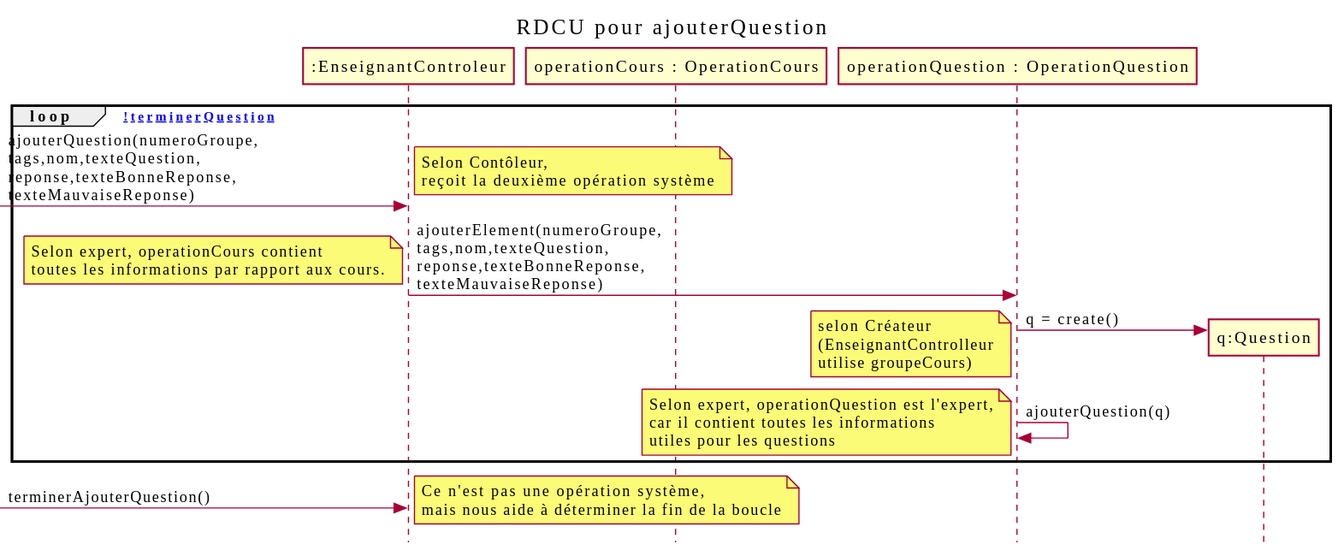
nerdz88/SGA-TS keeps this PlantUML diagram as out/docs/Ajouter question/RDCU_Ajouter_Question/ajouterQuestionFinal.svg. Above is the earlier version.
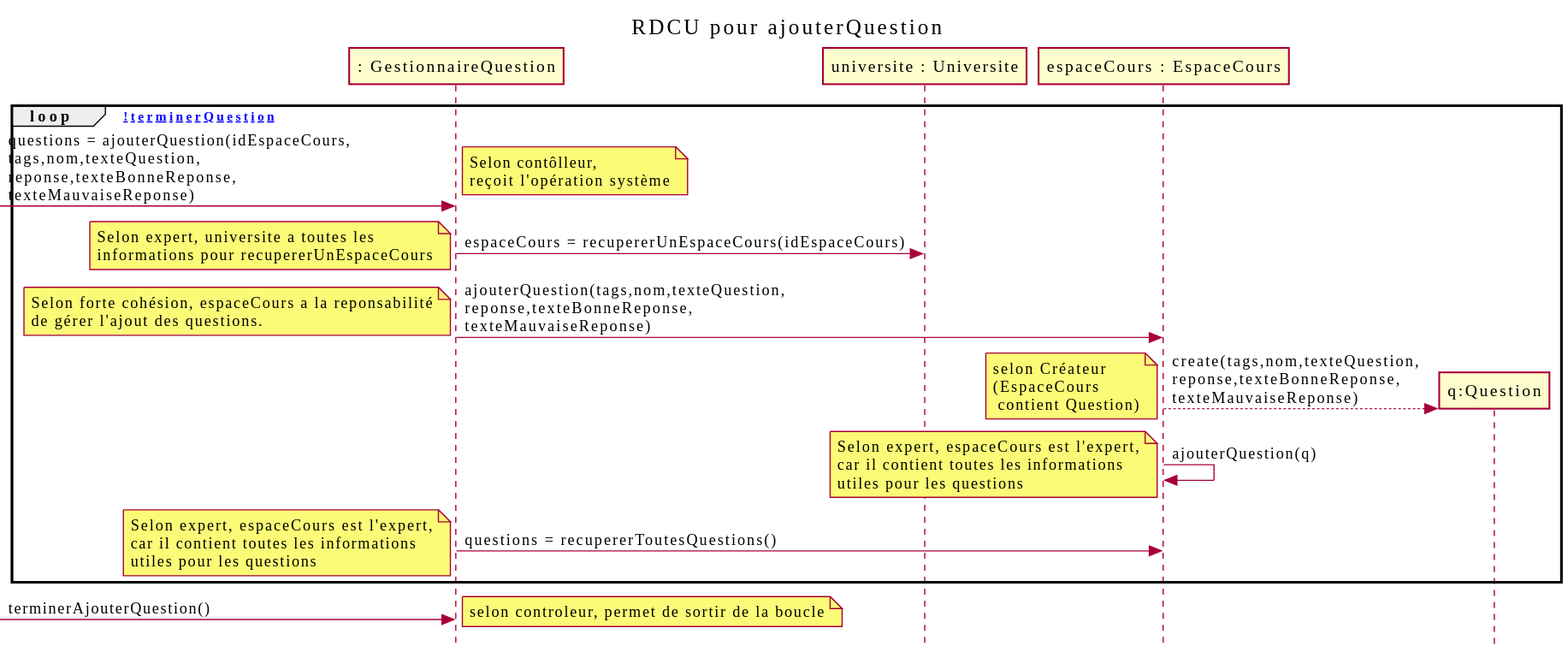
Later version of the same file.

What changed in the source:
```diff
@@ -2,21 +2,25 @@
 skinparam style strictuml
 skinparam defaultfontname Verdana
 title RDCU pour ajouterQuestion
-participant ":EnseignantControleur" as sga
-participant "operationCours : OperationCours" as opCours
-participant "operationQuestion : OperationQuestion" as opQuestion
+participant ": GestionnaireQuestion" as gestionnaireQuestion
+participant "universite : Universite" as universite
+participant "espaceCours : EspaceCours" as cours
 participant "q:Question" as question
+
 loop [!terminerQuestion]
--> sga : ajouterQuestion(numeroGroupe,\ntags,nom,texteQuestion,\nreponse,texteBonneReponse,\ntexteMauvaiseReponse)
- note left : Selon Contôleur,\nreçoit la deuxième opération système
-  sga->opQuestion : ajouterElement(numeroGroupe,\ntags,nom,texteQuestion,\nreponse,texteBonneReponse,\ntexteMauvaiseReponse)
-  note left :Selon expert, operationCours contient\ntoutes les informations par rapport aux cours.
-  create question
-  opQuestion->question : q = create()
-  note left : selon Créateur\n(EnseignantControlleur\nutilise groupeCours)
-  opQuestion->opQuestion : ajouterQuestion(q)
-  note left : Selon expert, operationQuestion est l'expert,\ncar il contient toutes les informations\nutiles pour les questions
+  ->gestionnaireQuestion : questions = ajouterQuestion(idEspaceCours,\ntags,nom,texteQuestion,\nreponse,texteBonneReponse,\ntexteMauvaiseReponse)
+  note left : Selon contôlleur,\nreçoit l'opération système
+  gestionnaireQuestion -> universite : espaceCours = recupererUnEspaceCours(idEspaceCours)
+  note left : Selon expert, universite a toutes les\ninformations pour recupererUnEspaceCours
+  gestionnaireQuestion -> cours : ajouterQuestion(tags,nom,texteQuestion,\nreponse,texteBonneReponse,\ntexteMauvaiseReponse)
+  note left : Selon forte cohésion, espaceCours a la reponsabilité\nde gérer l'ajout des questions.
+  cours-->question** : create(tags,nom,texteQuestion,\nreponse,texteBonneReponse,\ntexteMauvaiseReponse)
+  note left : selon Créateur\n(EspaceCours \n contient Question)
+  cours->cours : ajouterQuestion(q)
+  note left : Selon expert, espaceCours est l'expert,\ncar il contient toutes les informations\nutiles pour les questions
+  gestionnaireQuestion -> cours : questions = recupererToutesQuestions()
+  note left : Selon expert, espaceCours est l'expert,\ncar il contient toutes les informations\nutiles pour les questions
 end
--> sga : terminerAjouterQuestion()
-note left : Ce n'est pas une opération système, \nmais nous aide à déterminer la fin de la boucle
+-> gestionnaireQuestion : terminerAjouterQuestion()
+note left : selon controleur, permet de sortir de la boucle
 @enduml
```
